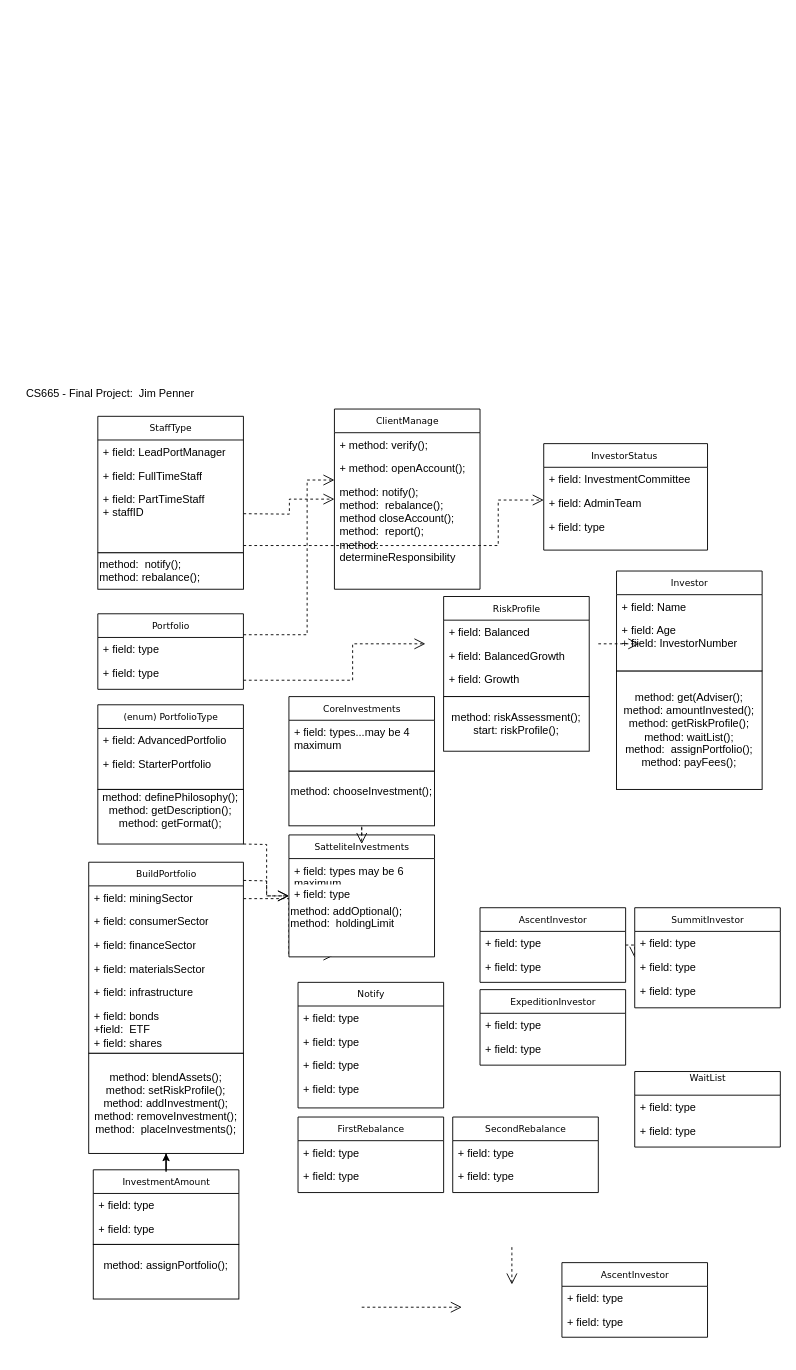
Earlier version of the draw.io diagram ClassProjectclass1.drawio.drawio (jimmyjazz31/CSSFinalProject). Source tidied: cells renumbered, new cells numbered last; positions are measured from the earlier drawing's top-left corner, leaving out a move shared by most shapes. Both pictures are drawn from the tidied source at 91%, with x=0, y=0 at pixel (15, 379).
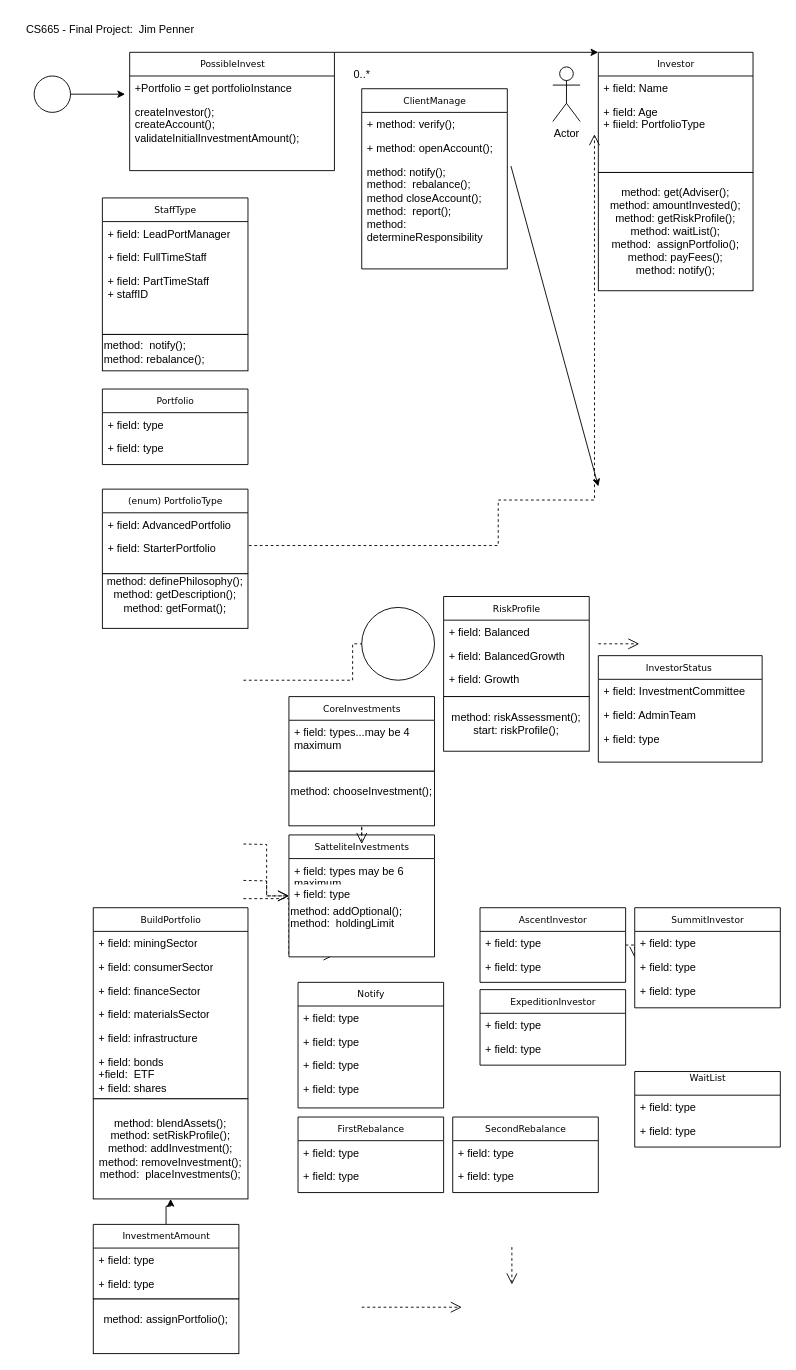
The same page after the edit.

The change refers to these unchanged cells:
```xml
<mxCell id="8" value="method: notify();&lt;div&gt;method:&amp;nbsp; rebalance();&lt;/div&gt;&lt;div&gt;method closeAccount();&lt;/div&gt;&lt;div&gt;method:&amp;nbsp; report();&lt;/div&gt;&lt;div&gt;method:&amp;nbsp; determineResponsibility&lt;/div&gt;" style="text;html=1;strokeColor=none;fillColor=none;align=left;verticalAlign=top;spacingLeft=4;spacingRight=4;whiteSpace=wrap;overflow=hidden;points=[[0,0.5],[1,0.5]];portConstraint=eastwest;" parent="5" vertex="1">
  <mxGeometry y="78" width="160" height="92" as="geometry" />
</mxCell>
```

The edit, as a diff of the source:
```diff
@@
     <mxCell id="5" value="ClientManage" style="swimlane;html=1;fontStyle=0;horizontal=1;startSize=26;fillColor=none;swimlaneFillColor=#ffffff;rounded=0;shadow=0;comic=0;labelBackgroundColor=none;strokeWidth=1;fontFamily=Verdana;fontSize=10;align=center;" parent="1" vertex="1">
-      <mxGeometry x="350" y="32" width="160" height="198" as="geometry" />
+      <mxGeometry x="380" y="-320" width="160" height="198" as="geometry" />
     </mxCell>
@@
     <mxCell id="9" value="InvestorStatus&amp;nbsp;" style="swimlane;html=1;fontStyle=0;horizontal=1;startSize=26;fillColor=none;swimlaneFillColor=#ffffff;rounded=0;shadow=0;comic=0;labelBackgroundColor=none;strokeWidth=1;fontFamily=Verdana;fontSize=10;align=center;" parent="1" vertex="1">
-      <mxGeometry x="580" y="70" width="180" height="117" as="geometry" />
+      <mxGeometry x="640" y="303" width="180" height="117" as="geometry" />
     </mxCell>
@@
     <mxCell id="16" value="Investor" style="swimlane;html=1;fontStyle=0;horizontal=1;startSize=26;fillColor=none;swimlaneFillColor=#ffffff;rounded=0;shadow=0;comic=0;labelBackgroundColor=none;strokeWidth=1;fontFamily=Verdana;fontSize=10;align=center;" parent="1" vertex="1">
-      <mxGeometry x="660" y="210" width="160" height="110" as="geometry" />
+      <mxGeometry x="640" y="-360" width="170" height="132" as="geometry" />
     </mxCell>
     <mxCell id="17" value="+ field: Name" style="text;html=1;strokeColor=none;fillColor=none;align=left;verticalAlign=top;spacingLeft=4;spacingRight=4;whiteSpace=wrap;overflow=hidden;" parent="16" vertex="1">
-      <mxGeometry y="26" width="160" height="26" as="geometry" />
+      <mxGeometry y="26" width="170" height="26" as="geometry" />
     </mxCell>
-    <mxCell id="18" value="+ field: Age&lt;div&gt;+ fiield: InvestorNumber&lt;/div&gt;" style="text;html=1;strokeColor=none;fillColor=none;align=left;verticalAlign=top;spacingLeft=4;spacingRight=4;whiteSpace=wrap;overflow=hidden;points=[[0,0.5],[1,0.5]];portConstraint=eastwest;" parent="16" vertex="1">
-      <mxGeometry y="52" width="160" height="48" as="geometry" />
+    <mxCell id="18" value="+ field: Age&lt;div&gt;+ fiield: PortfolioType&lt;/div&gt;" style="text;html=1;strokeColor=none;fillColor=none;align=left;verticalAlign=top;spacingLeft=4;spacingRight=4;whiteSpace=wrap;overflow=hidden;points=[[0,0.5],[1,0.5]];portConstraint=eastwest;" parent="16" vertex="1">
+      <mxGeometry y="52" width="170" height="48" as="geometry" />
     </mxCell>
@@
-    <mxCell id="22" style="edgeStyle=orthogonalEdgeStyle;rounded=0;html=1;labelBackgroundColor=none;startFill=0;endArrow=open;endFill=0;endSize=10;fontFamily=Verdana;fontSize=10;dashed=1;" parent="1" edge="1" target="5">
-      <mxGeometry relative="1" as="geometry">
-        <mxPoint x="250" y="147" as="sourcePoint" />
-      </mxGeometry>
-    </mxCell>
-    <mxCell id="23" style="edgeStyle=orthogonalEdgeStyle;rounded=0;html=1;exitX=1;exitY=0.75;dashed=1;labelBackgroundColor=none;startFill=0;endArrow=open;endFill=0;endSize=10;fontFamily=Verdana;fontSize=10;" parent="1" edge="1" target="9">
+    <mxCell id="23" style="edgeStyle=orthogonalEdgeStyle;rounded=0;html=1;exitX=1;exitY=0.75;dashed=1;labelBackgroundColor=none;startFill=0;endArrow=open;endFill=0;endSize=10;fontFamily=Verdana;fontSize=10;entryX=-0.025;entryY=0.792;entryDx=0;entryDy=0;entryPerimeter=0;" parent="1" edge="1" target="18">
       <mxGeometry relative="1" as="geometry">
         <mxPoint x="250" y="182" as="sourcePoint" />
         <Array as="points">
           <mxPoint x="530" y="182" />
           <mxPoint x="530" y="132" />
+          <mxPoint x="636" y="132" />
         </Array>
       </mxGeometry>
     </mxCell>
-    <mxCell id="24" style="edgeStyle=orthogonalEdgeStyle;rounded=0;html=1;dashed=1;labelBackgroundColor=none;startFill=0;endArrow=open;endFill=0;endSize=10;fontFamily=Verdana;fontSize=10;" parent="1" edge="1" target="5">
-      <mxGeometry relative="1" as="geometry">
-        <mxPoint x="250" y="280" as="sourcePoint" />
-        <Array as="points">
-          <mxPoint x="320" y="280" />
-          <mxPoint x="320" y="110" />
-        </Array>
-      </mxGeometry>
-    </mxCell>
@@
     <mxCell id="28" value="(enum) PortfolioType" style="swimlane;html=1;fontStyle=0;horizontal=1;startSize=26;fillColor=none;swimlaneFillColor=#ffffff;rounded=0;shadow=0;comic=0;labelBackgroundColor=none;strokeWidth=1;fontFamily=Verdana;fontSize=10;align=center;" parent="1" vertex="1">
-      <mxGeometry x="90" y="357" width="160" height="93" as="geometry" />
+      <mxGeometry x="95" y="120" width="160" height="93" as="geometry" />
     </mxCell>
@@
     <mxCell id="42" value="InvestmentAmount" style="swimlane;html=1;fontStyle=0;horizontal=1;startSize=26;fillColor=none;swimlaneFillColor=#ffffff;rounded=0;shadow=0;comic=0;labelBackgroundColor=none;strokeWidth=1;fontFamily=Verdana;fontSize=10;align=center;" parent="1" vertex="1">
-      <mxGeometry x="85" y="868" width="160" height="82" as="geometry" />
+      <mxGeometry x="85" y="928" width="160" height="82" as="geometry" />
     </mxCell>
@@
     <mxCell id="45" value="StaffType" style="swimlane;html=1;fontStyle=0;horizontal=1;startSize=26;fillColor=none;swimlaneFillColor=#ffffff;rounded=0;shadow=0;comic=0;labelBackgroundColor=none;strokeWidth=1;fontFamily=Verdana;fontSize=10;align=center;" parent="1" vertex="1">
-      <mxGeometry x="90" y="40" width="160" height="150" as="geometry" />
+      <mxGeometry x="95" y="-200" width="160" height="150" as="geometry" />
     </mxCell>
@@
-    <mxCell id="51" value="AscentInvestor" style="swimlane;html=1;fontStyle=0;horizontal=1;startSize=26;fillColor=none;swimlaneFillColor=#ffffff;rounded=0;shadow=0;comic=0;labelBackgroundColor=none;strokeWidth=1;fontFamily=Verdana;fontSize=10;align=center;" parent="1" vertex="1">
-      <mxGeometry x="600" y="970" width="160" height="82" as="geometry" />
-    </mxCell>
-    <mxCell id="52" value="+ field: type" style="text;html=1;strokeColor=none;fillColor=none;align=left;verticalAlign=top;spacingLeft=4;spacingRight=4;whiteSpace=wrap;overflow=hidden;" parent="51" vertex="1">
-      <mxGeometry y="26" width="160" height="26" as="geometry" />
-    </mxCell>
-    <mxCell id="53" value="+ field: type" style="text;html=1;strokeColor=none;fillColor=none;align=left;verticalAlign=top;spacingLeft=4;spacingRight=4;whiteSpace=wrap;overflow=hidden;" parent="51" vertex="1">
-      <mxGeometry y="52" width="160" height="26" as="geometry" />
-    </mxCell>
     <mxCell id="54" value="Portfolio" style="swimlane;html=1;fontStyle=0;horizontal=1;startSize=26;fillColor=none;swimlaneFillColor=#ffffff;rounded=0;shadow=0;comic=0;labelBackgroundColor=none;strokeWidth=1;fontFamily=Verdana;fontSize=10;align=center;" parent="1" vertex="1">
-      <mxGeometry x="90" y="257" width="160" height="83" as="geometry" />
+      <mxGeometry x="95" y="10" width="160" height="83" as="geometry" />
     </mxCell>
@@
-    <mxCell id="57" value="method: get(Adviser();&lt;div&gt;method: amountInvested();&lt;div&gt;method: getRiskProfile();&lt;/div&gt;&lt;div&gt;method: waitList();&lt;/div&gt;&lt;div&gt;method:&amp;nbsp; assignPortfolio();&lt;/div&gt;&lt;div&gt;method: payFees();&lt;/div&gt;&lt;/div&gt;" style="rounded=0;whiteSpace=wrap;html=1;" parent="1" vertex="1">
-      <mxGeometry x="660" y="320" width="160" height="130" as="geometry" />
+    <mxCell id="57" value="method: get(Adviser();&lt;div&gt;method: amountInvested();&lt;div&gt;method: getRiskProfile();&lt;/div&gt;&lt;div&gt;method: waitList();&lt;/div&gt;&lt;div&gt;method:&amp;nbsp; assignPortfolio();&lt;/div&gt;&lt;div&gt;method: payFees();&lt;/div&gt;&lt;/div&gt;&lt;div&gt;method: notify();&lt;/div&gt;" style="rounded=0;whiteSpace=wrap;html=1;" parent="1" vertex="1">
+      <mxGeometry x="640" y="-228" width="170" height="130" as="geometry" />
     </mxCell>
     <mxCell id="58" value="method:&amp;nbsp; notify();&lt;div&gt;method: rebalance();&lt;/div&gt;" style="rounded=0;whiteSpace=wrap;html=1;align=left;" parent="1" vertex="1">
-      <mxGeometry x="90" y="190" width="160" height="40" as="geometry" />
+      <mxGeometry x="95" y="-50" width="160" height="40" as="geometry" />
     </mxCell>
@@
     <mxCell id="70" value="BuildPortfolio" style="swimlane;html=1;fontStyle=0;horizontal=1;startSize=26;fillColor=none;swimlaneFillColor=#ffffff;rounded=0;shadow=0;comic=0;labelBackgroundColor=none;strokeWidth=1;fontFamily=Verdana;fontSize=10;align=center;" parent="1" vertex="1">
-      <mxGeometry x="80" y="530" width="170" height="210" as="geometry" />
+      <mxGeometry x="85" y="580" width="170" height="210" as="geometry" />
     </mxCell>
@@
     <mxCell id="77" value="method: blendAssets();&lt;div&gt;method: setRiskProfile();&lt;/div&gt;&lt;div&gt;method: addInvestment();&lt;/div&gt;&lt;div&gt;method: removeInvestment();&lt;/div&gt;&lt;div&gt;method:&amp;nbsp; placeInvestments();&lt;/div&gt;" style="rounded=0;whiteSpace=wrap;html=1;" parent="1" vertex="1">
-      <mxGeometry x="80" y="740" width="170" height="110" as="geometry" />
+      <mxGeometry x="85" y="790" width="170" height="110" as="geometry" />
     </mxCell>
@@
     <mxCell id="85" value="method: assignPortfolio();&lt;div&gt;&lt;br&gt;&lt;/div&gt;" style="rounded=0;whiteSpace=wrap;html=1;" parent="1" vertex="1">
-      <mxGeometry x="85" y="950" width="160" height="60" as="geometry" />
+      <mxGeometry x="85" y="1010" width="160" height="60" as="geometry" />
     </mxCell>
     <mxCell id="86" value="method: definePhilosophy();&lt;div&gt;method: getDescription();&lt;/div&gt;&lt;div&gt;method: getFormat();&lt;br&gt;&lt;div&gt;&lt;br&gt;&lt;/div&gt;&lt;/div&gt;" style="rounded=0;whiteSpace=wrap;html=1;" parent="1" vertex="1">
-      <mxGeometry x="90" y="450" width="160" height="60" as="geometry" />
+      <mxGeometry x="95" y="213" width="160" height="60" as="geometry" />
     </mxCell>
@@
     <mxCell id="90" value="CS665 - Final Project:&amp;nbsp; Jim Penner&amp;nbsp;" style="text;html=1;align=center;verticalAlign=middle;strokeColor=none;fillColor=none;" parent="1" vertex="1">
-      <mxGeometry width="210" height="30" as="geometry" />
+      <mxGeometry y="-400" width="210" height="30" as="geometry" />
     </mxCell>
+    <mxCell id="91" value="Actor" style="shape=umlActor;verticalLabelPosition=bottom;verticalAlign=top;html=1;" parent="1" vertex="1">
+      <mxGeometry x="590" y="-344" width="30" height="60" as="geometry" />
+    </mxCell>
+    <mxCell id="92" style="endArrow=classic;html=1;rounded=0;exitX=1;exitY=0.5;exitDx=0;exitDy=0;" parent="1" edge="1" source="95">
+      <mxGeometry relative="1" as="geometry">
+        <mxPoint x="120" y="-314" as="targetPoint" />
+      </mxGeometry>
+    </mxCell>
+    <mxCell id="93" style="endArrow=classic;html=1;rounded=0;exitX=1.025;exitY=0.076;exitDx=0;exitDy=0;exitPerimeter=0;" parent="1" edge="1" source="8">
+      <mxGeometry relative="1" as="geometry">
+        <mxPoint x="640" y="117" as="targetPoint" />
+      </mxGeometry>
+    </mxCell>
+    <mxCell id="94" style="ellipse;whiteSpace=wrap;html=1;" parent="1" vertex="1">
+      <mxGeometry x="380" y="250" width="80" height="80" as="geometry" />
+    </mxCell>
+    <mxCell id="95" style="ellipse;whiteSpace=wrap;html=1;" parent="1" vertex="1">
+      <mxGeometry x="20" y="-334" width="40" height="40" as="geometry" />
+    </mxCell>
+    <mxCell id="96" value="PossibleInvest" style="swimlane;html=1;fontStyle=0;horizontal=1;startSize=26;fillColor=none;swimlaneFillColor=#ffffff;rounded=0;shadow=0;comic=0;labelBackgroundColor=none;strokeWidth=1;fontFamily=Verdana;fontSize=10;align=center;" parent="1" vertex="1">
+      <mxGeometry x="125" y="-360" width="225" height="130" as="geometry" />
+    </mxCell>
+    <mxCell id="97" value="+Portfolio = get portfolioInstance" style="text;html=1;strokeColor=none;fillColor=none;align=left;verticalAlign=top;spacingLeft=4;spacingRight=4;whiteSpace=wrap;overflow=hidden;" parent="96" vertex="1">
+      <mxGeometry y="26" width="225" height="26" as="geometry" />
+    </mxCell>
+    <mxCell id="98" value="createInvestor();&lt;div&gt;createAccount();&lt;/div&gt;&lt;div&gt;validateInitialInvestmentAmount();&lt;/div&gt;" style="text;html=1;strokeColor=none;fillColor=none;align=left;verticalAlign=top;spacingLeft=4;spacingRight=4;whiteSpace=wrap;overflow=hidden;" parent="96" vertex="1">
+      <mxGeometry y="52" width="225" height="48" as="geometry" />
+    </mxCell>
+    <mxCell id="99" value="0..*" style="text;html=1;align=center;verticalAlign=middle;strokeColor=none;fillColor=none;" parent="1" vertex="1">
+      <mxGeometry x="360" y="-350" width="40" height="30" as="geometry" />
+    </mxCell>
+    <mxCell id="100" style="endArrow=classic;html=1;rounded=0;exitX=1;exitY=0;exitDx=0;exitDy=0;entryX=0;entryY=0;entryDx=0;entryDy=0;" parent="1" edge="1" source="96" target="16">
+      <mxGeometry relative="1" as="geometry" />
+    </mxCell>
```
